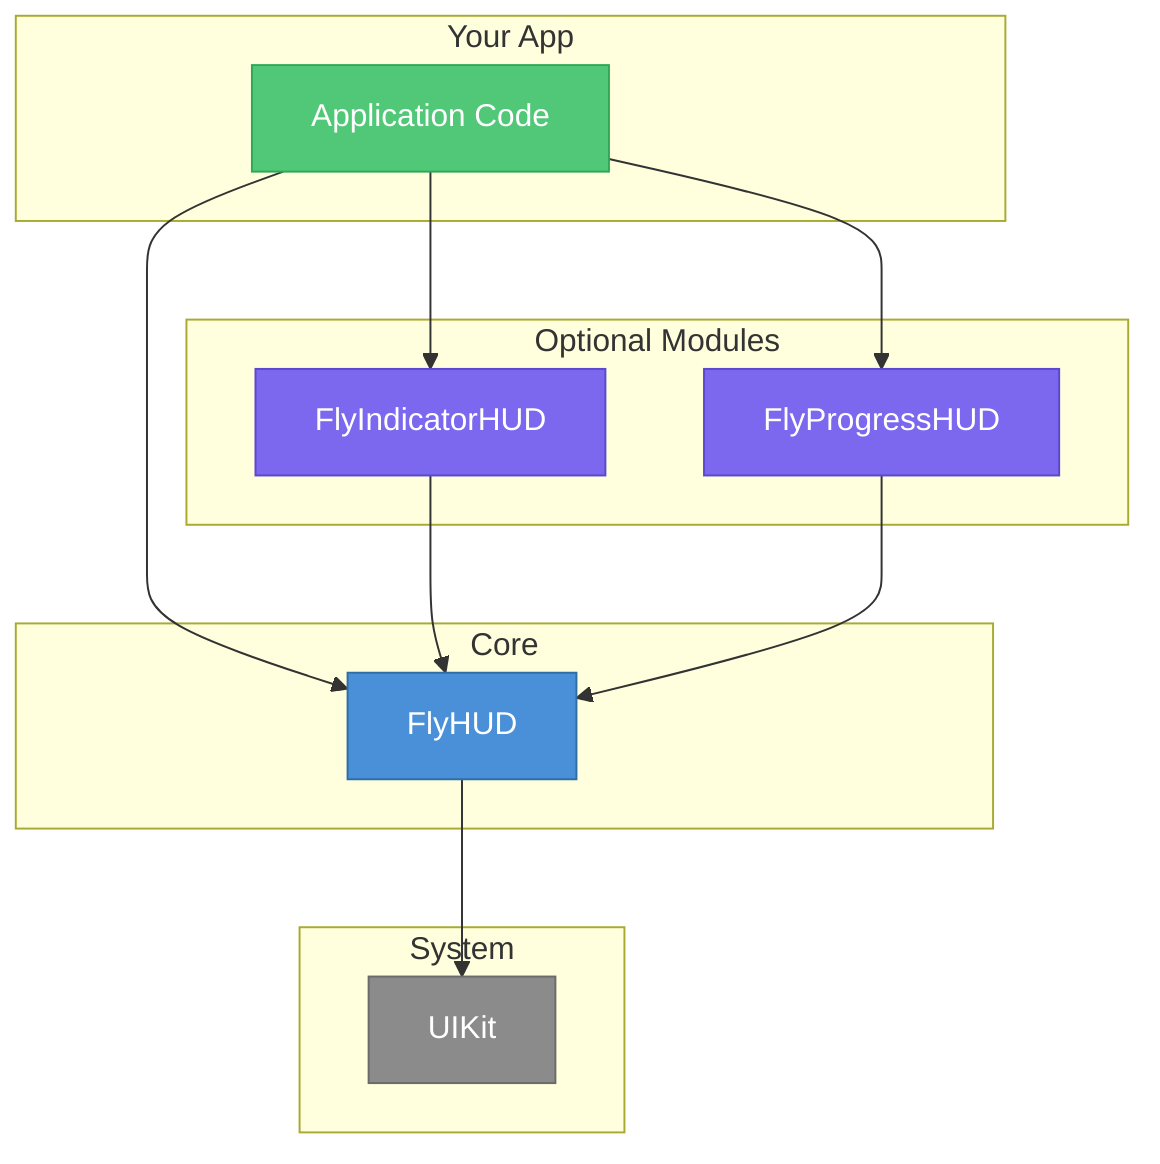
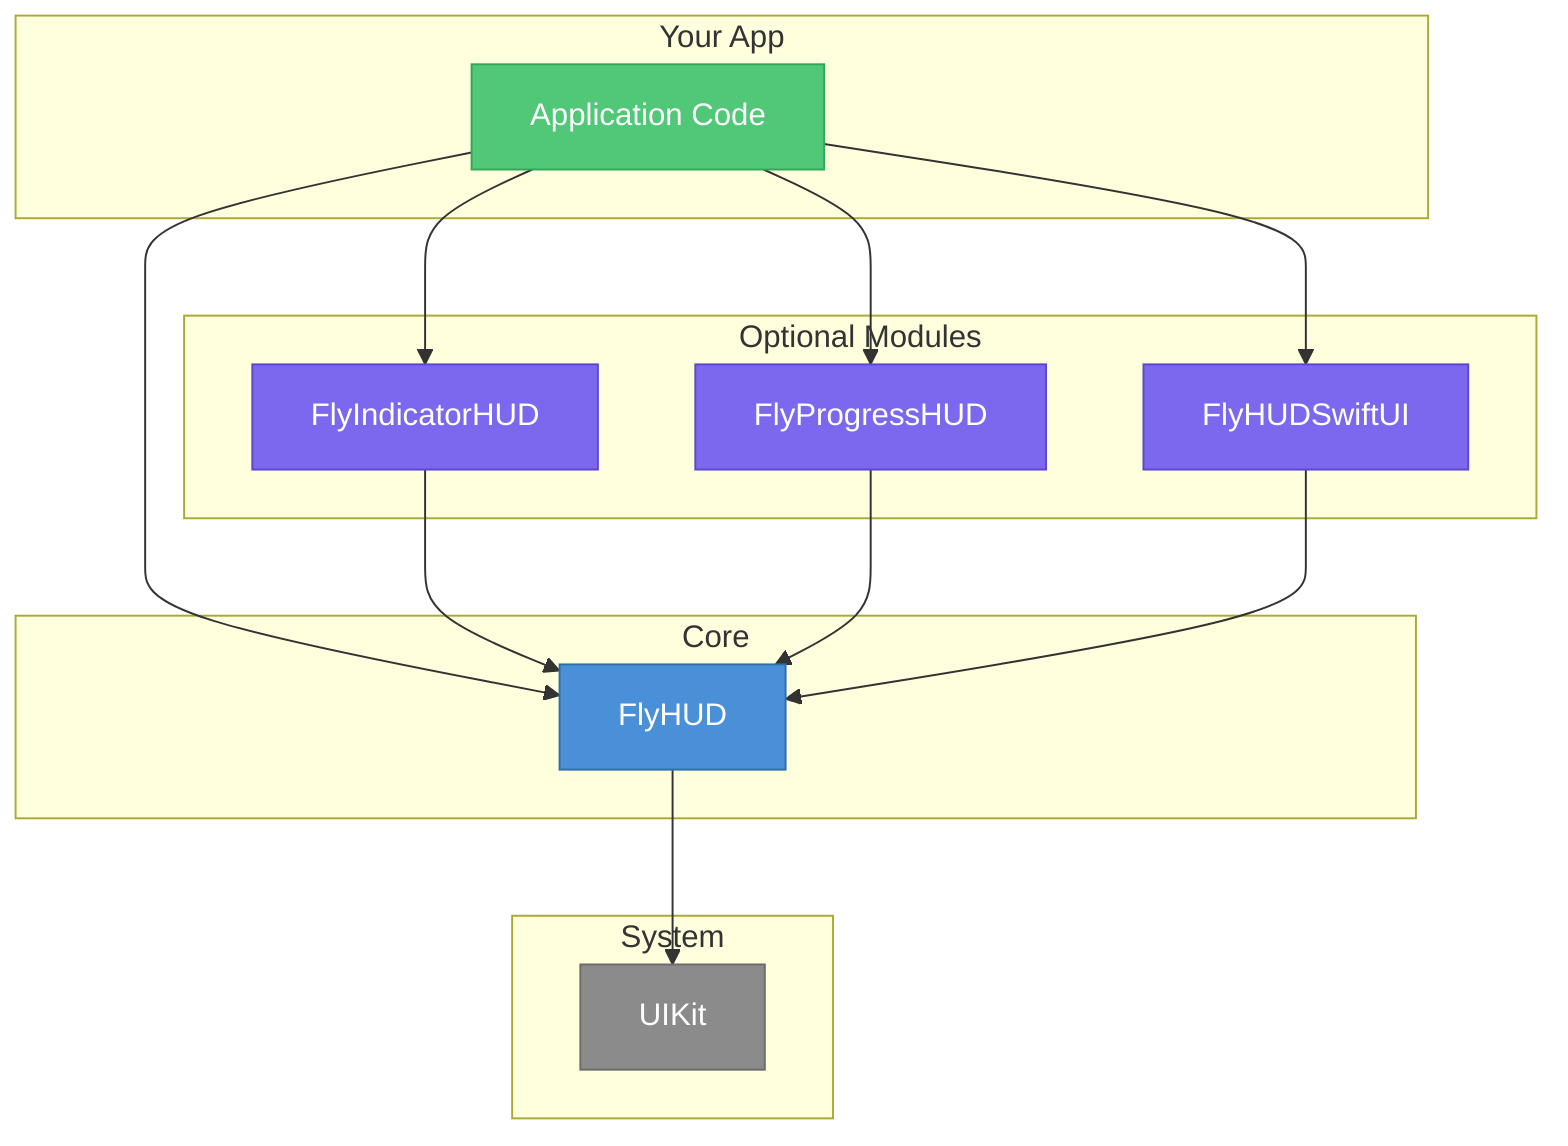
graph TB
    subgraph "Your App"
        App[Application Code]
    end

    subgraph "Optional Modules"
        Indicator[FlyIndicatorHUD]
        Progress[FlyProgressHUD]
+         SwiftUI[FlyHUDSwiftUI]
    end

    subgraph "Core"
        HUD[FlyHUD]
    end

    subgraph "System"
        UIKit[UIKit]
    end

    App --> Indicator
    App --> Progress
+     App --> SwiftUI
    App --> HUD
    Indicator --> HUD
    Progress --> HUD
+     SwiftUI --> HUD
    HUD --> UIKit

    style HUD fill:#4A90D9,stroke:#2E6EA6,color:#fff
    style Indicator fill:#7B68EE,stroke:#5B48CE,color:#fff
    style Progress fill:#7B68EE,stroke:#5B48CE,color:#fff
+     style SwiftUI fill:#7B68EE,stroke:#5B48CE,color:#fff
    style App fill:#50C878,stroke:#30A858,color:#fff
    style UIKit fill:#8B8B8B,stroke:#6B6B6B,color:#fff
